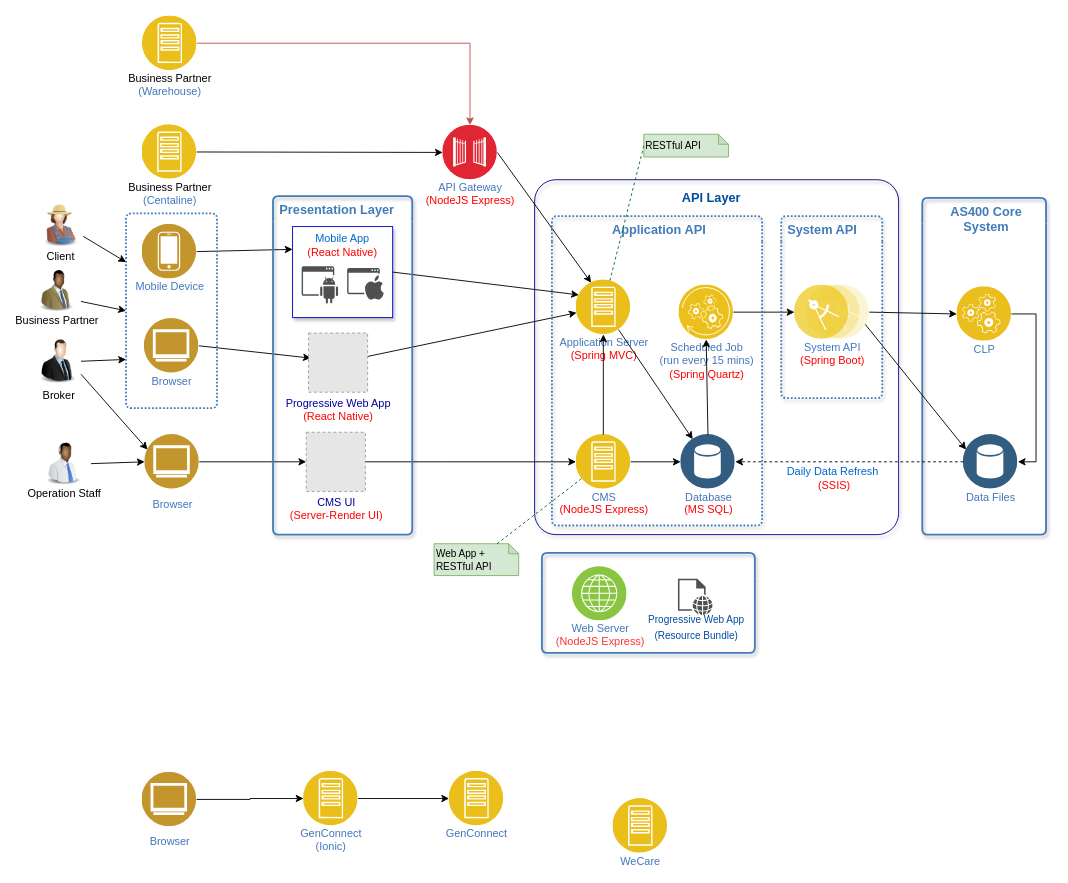
Earlier version of the draw.io diagram page "Logical Component" (1 of 2) of Bravo_Architecture (8).drawio (whalebig27/change-request-process-diagram). Source tidied: cells renumbered, new cells numbered last; positions are measured from the earlier drawing's top-left corner, leaving out a move shared by most shapes. Both pictures are drawn from the tidied source at 91%, with x=0, y=0 at pixel (33, 15). Pictures stored in the file or linked from it are replaced by grey dashed boxes.
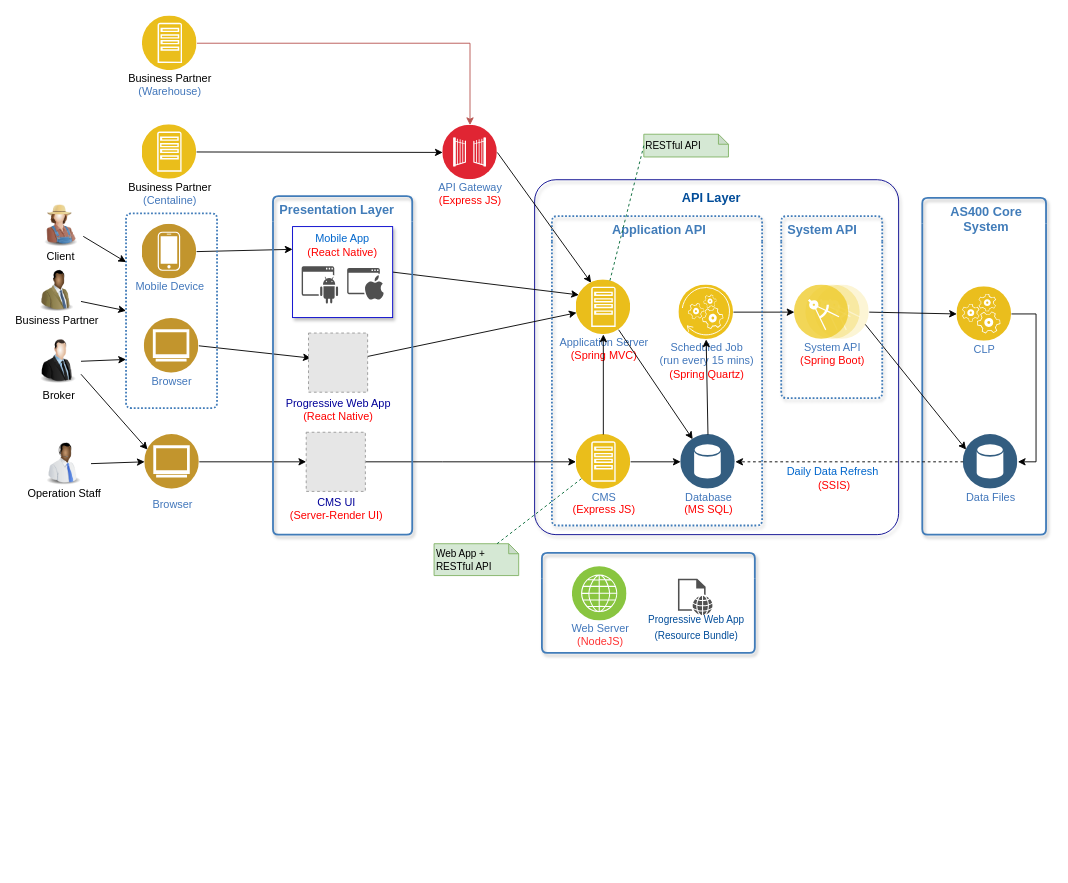
Above is the later version.

The change refers to these unchanged cells:
```xml
<mxCell id="67" style="swimlane;fontStyle=0;horizontal=1;startSize=28;swimlaneLine=0;swimlaneFillColor=none;fillColor=none;rounded=1;whiteSpace=wrap;html=1;absoluteArcSize=1;arcSize=12;strokeColor=#417CB9;fontColor=#417CB9;verticalAlign=top;align=center;spacingLeft=5;dashed=0;strokeWidth=2;shadow=1;" parent="1" vertex="1">
  <mxGeometry x="559" y="590" width="234" height="110" as="geometry" />
</mxCell>
```

What changed in the source:
```diff
@@
-    <mxCell id="5" value="API Gateway&lt;br&gt;&lt;font color=&quot;#ff0000&quot;&gt;(NodeJS Express)&lt;/font&gt;&lt;br&gt;" style="perimeter=ellipsePerimeter;html=1;align=center;shadow=0;dashed=0;fontColor=#4277BB;labelBackgroundColor=#ffffff;fontSize=12;spacingTop=-5;image;image=img/lib/ibm/security/gateway.svg;" parent="1" vertex="1">
+    <mxCell id="5" value="API Gateway&lt;br&gt;&lt;font color=&quot;#ff0000&quot;&gt;(Express JS)&lt;/font&gt;&lt;br&gt;" style="perimeter=ellipsePerimeter;html=1;align=center;shadow=0;dashed=0;fontColor=#4277BB;labelBackgroundColor=#ffffff;fontSize=12;spacingTop=-5;image;image=img/lib/ibm/security/gateway.svg;" parent="1" vertex="1">
       <mxGeometry x="450" y="120" width="60" height="60" as="geometry" />
     </mxCell>
@@
-    <mxCell id="54" value="&lt;font style=&quot;font-size: 12px&quot;&gt;CMS&lt;br&gt;&lt;font color=&quot;#ff0000&quot;&gt;(NodeJS Express)&lt;/font&gt;&lt;br&gt;&lt;/font&gt;" style="perimeter=ellipsePerimeter;html=1;align=center;shadow=0;dashed=0;fontColor=#4277BB;labelBackgroundColor=#ffffff;fontSize=12;spacingTop=-5;image;image=img/lib/ibm/applications/app_server.svg;" parent="1" vertex="1">
+    <mxCell id="54" value="&lt;font style=&quot;font-size: 12px&quot;&gt;CMS&lt;br&gt;&lt;font color=&quot;#ff0000&quot;&gt;(Express JS)&lt;/font&gt;&lt;br&gt;&lt;/font&gt;" style="perimeter=ellipsePerimeter;html=1;align=center;shadow=0;dashed=0;fontColor=#4277BB;labelBackgroundColor=#ffffff;fontSize=12;spacingTop=-5;image;image=img/lib/ibm/applications/app_server.svg;" parent="1" vertex="1">
       <mxGeometry x="596.5" y="460" width="60" height="60" as="geometry" />
     </mxCell>
@@
-    <mxCell id="56" value="&lt;font style=&quot;font-size: 12px&quot;&gt;WeCare&lt;br&gt;&lt;/font&gt;" style="perimeter=ellipsePerimeter;html=1;align=center;shadow=0;dashed=0;fontColor=#4277BB;labelBackgroundColor=#ffffff;fontSize=12;spacingTop=-5;image;image=img/lib/ibm/applications/app_server.svg;" parent="1" vertex="1">
-      <mxGeometry x="637" y="860" width="60" height="60" as="geometry" />
-    </mxCell>
-    <mxCell id="57" value="&lt;font style=&quot;font-size: 12px&quot;&gt;GenConnect&lt;br&gt;&lt;/font&gt;" style="perimeter=ellipsePerimeter;html=1;align=center;shadow=0;dashed=0;fontColor=#4277BB;labelBackgroundColor=#ffffff;fontSize=12;spacingTop=-5;image;image=img/lib/ibm/applications/app_server.svg;" parent="1" vertex="1">
-      <mxGeometry x="457" y="830" width="60" height="60" as="geometry" />
-    </mxCell>
-    <mxCell id="58" style="edgeStyle=orthogonalEdgeStyle;rounded=0;jettySize=auto;html=1;fontSize=11;fontColor=#FF0000;" parent="1" edge="1" source="59" target="57">
-      <mxGeometry relative="1" as="geometry" />
-    </mxCell>
-    <mxCell id="59" value="&lt;font style=&quot;font-size: 12px&quot;&gt;GenConnect&lt;br&gt;(Ionic)&lt;br&gt;&lt;/font&gt;" style="perimeter=ellipsePerimeter;html=1;align=center;shadow=0;dashed=0;fontColor=#4277BB;labelBackgroundColor=#ffffff;fontSize=12;spacingTop=-5;image;image=img/lib/ibm/applications/app_server.svg;" parent="1" vertex="1">
-      <mxGeometry x="297" y="830" width="60" height="60" as="geometry" />
-    </mxCell>
-    <mxCell id="60" style="edgeStyle=orthogonalEdgeStyle;rounded=0;jettySize=auto;html=1;fontSize=11;fontColor=#FF0000;" parent="1" edge="1" source="61" target="59">
-      <mxGeometry relative="1" as="geometry" />
-    </mxCell>
-    <mxCell id="61" value="Browser" style="perimeter=ellipsePerimeter;html=1;align=center;shadow=0;dashed=0;fontColor=#4277BB;labelBackgroundColor=#ffffff;fontSize=12;spacingTop=3;image;image=img/lib/ibm/users/browser.svg;" parent="1" vertex="1">
-      <mxGeometry x="119.5" y="831" width="60" height="60" as="geometry" />
-    </mxCell>
@@
-    <mxCell id="68" value="Web Server&lt;font color=&quot;#ff3333&quot;&gt;&lt;br&gt;(NodeJS Express)&lt;/font&gt;&lt;br&gt;" style="perimeter=ellipsePerimeter;html=1;align=center;shadow=0;dashed=0;fontColor=#4277BB;labelBackgroundColor=#ffffff;fontSize=12;spacingTop=-5;image;image=img/lib/ibm/infrastructure/channels.svg;dashPattern=1 1;strokeColor=#00008C;strokeWidth=2;fillColor=none;" parent="67" vertex="1">
+    <mxCell id="68" value="Web Server&lt;font color=&quot;#ff3333&quot;&gt;&lt;br&gt;(NodeJS)&lt;/font&gt;&lt;br&gt;" style="perimeter=ellipsePerimeter;html=1;align=center;shadow=0;dashed=0;fontColor=#4277BB;labelBackgroundColor=#ffffff;fontSize=12;spacingTop=-5;image;image=img/lib/ibm/infrastructure/channels.svg;dashPattern=1 1;strokeColor=#00008C;strokeWidth=2;fillColor=none;" parent="67" vertex="1">
       <mxGeometry x="33.5" y="15" width="60" height="60" as="geometry" />
     </mxCell>
```
